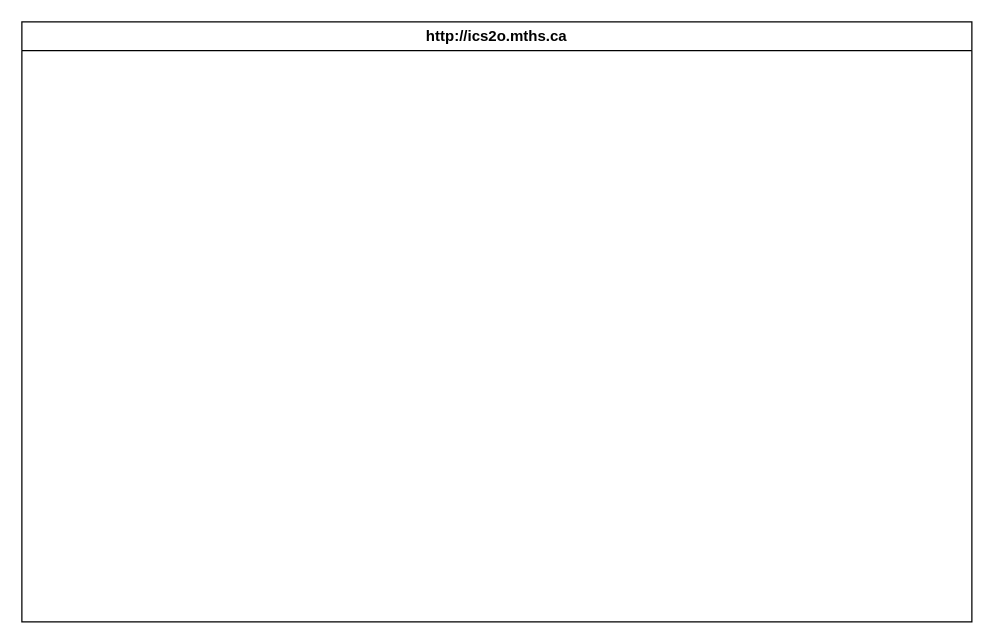
MTHS-ICD2O-1-2023/ICD2O-Unit-3-04-Julianne-Leblanc-Peltier keeps this draw.io diagram as design/storyboard.drawio. Above is the earlier version. Source tidied: cells renumbered, new cells numbered last; positions are measured from the earlier drawing's top-left corner, leaving out a move shared by most shapes. Both pictures are drawn from the tidied source at 125%, with x=0, y=0 at pixel (21, 21).
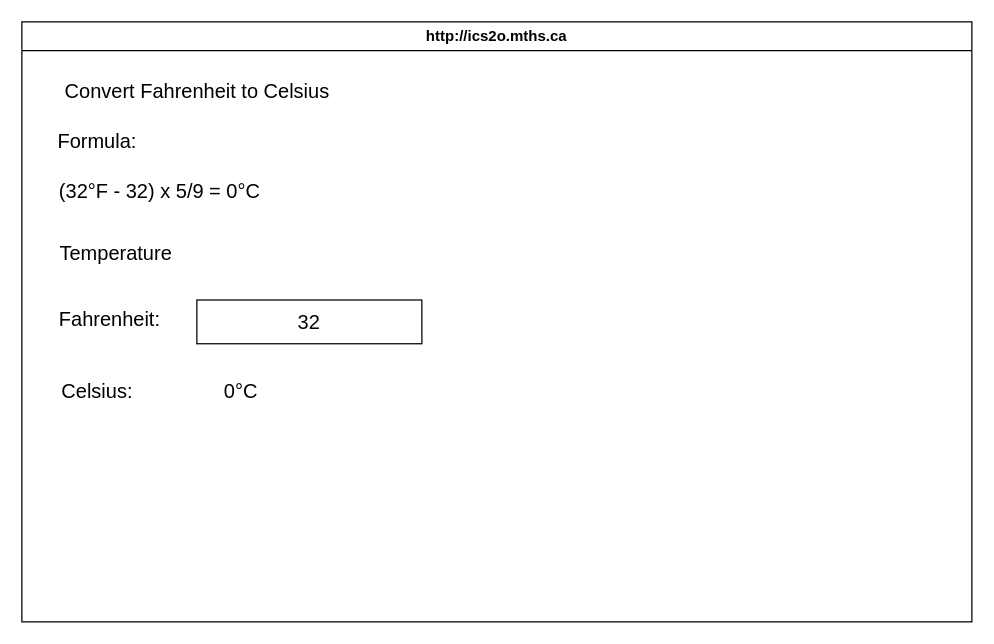
The same page after the edit.

Commit message (it also covers changes not shown here):
storyboard+ flowchrt

Diff of the diagram source:
```diff
@@
 <mxGraphModel>
   <root>
     <mxCell id="0" />
     <mxCell id="1" parent="0" />
     <mxCell id="2" value="http://ics2o.mths.ca" style="swimlane;whiteSpace=wrap;html=1;" parent="1" vertex="1">
       <mxGeometry width="760" height="480" as="geometry" />
     </mxCell>
+    <mxCell id="3" value="&lt;div style=&quot;font-size: 16px;&quot;&gt;Convert Fahrenheit to Celsius&lt;/div&gt;" style="text;html=1;align=center;verticalAlign=middle;strokeColor=none;fillColor=none;fontSize=16;" parent="2" vertex="1">
+      <mxGeometry x="20" y="40" width="240" height="30" as="geometry" />
+    </mxCell>
+    <mxCell id="4" value="Temperature" style="text;html=1;align=center;verticalAlign=middle;strokeColor=none;fillColor=none;fontSize=16;" parent="2" vertex="1">
+      <mxGeometry x="20" y="170" width="110" height="30" as="geometry" />
+    </mxCell>
+    <mxCell id="5" value="Fahrenheit:" style="text;html=1;align=center;verticalAlign=middle;strokeColor=none;fillColor=none;fontSize=16;" parent="2" vertex="1">
+      <mxGeometry x="20" y="222.5" width="100" height="30" as="geometry" />
+    </mxCell>
+    <mxCell id="6" value="32" style="rounded=0;whiteSpace=wrap;html=1;fontSize=16;" parent="2" vertex="1">
+      <mxGeometry x="140" y="222.5" width="180" height="35" as="geometry" />
+    </mxCell>
+    <mxCell id="7" value="Celsius:" style="text;html=1;align=center;verticalAlign=middle;strokeColor=none;fillColor=none;fontSize=16;" parent="2" vertex="1">
+      <mxGeometry x="20" y="280" width="80" height="30" as="geometry" />
+    </mxCell>
+    <mxCell id="8" value="Formula:" style="text;html=1;align=center;verticalAlign=middle;strokeColor=none;fillColor=none;fontSize=16;" parent="2" vertex="1">
+      <mxGeometry x="15" y="80" width="90" height="30" as="geometry" />
+    </mxCell>
+    <mxCell id="9" value="(32°F - 32) x 5/9 = 0°C" style="text;html=1;align=center;verticalAlign=middle;strokeColor=none;fillColor=none;fontSize=16;" parent="2" vertex="1">
+      <mxGeometry x="20" y="120" width="180" height="30" as="geometry" />
+    </mxCell>
+    <mxCell id="10" value="0°C" style="text;html=1;align=center;verticalAlign=middle;strokeColor=none;fillColor=none;fontSize=16;" parent="2" vertex="1">
+      <mxGeometry x="150" y="280" width="50" height="30" as="geometry" />
+    </mxCell>
   </root>
 </mxGraphModel>
```
